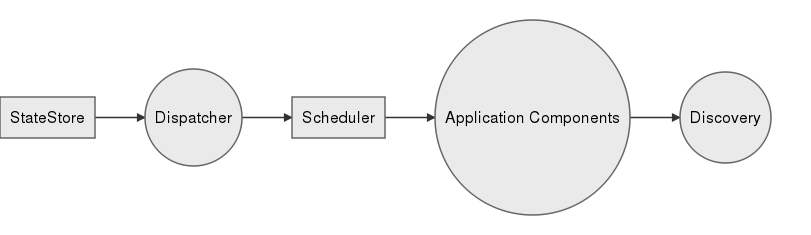
The Mermaid diagram core.mermaid.png in asbjornenge/dux, before a commit. Its source is kept beside it as core.mermaid.
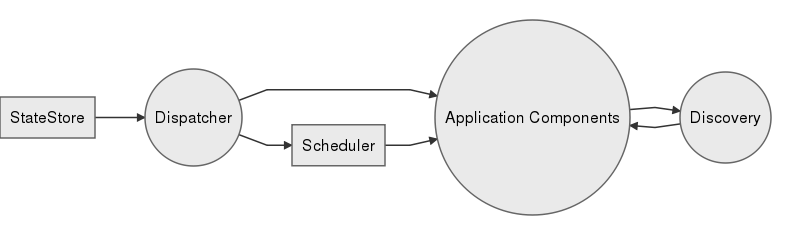
The same file after the commit.

Commit message:
Updated the basic design a bit

The edit, as a diff of the source:
```diff
@@ -8,5 +8,7 @@
 
 	StateStore --> Dispatcher
 	Dispatcher --> Scheduler
+    Dispatcher --> Applications
 	Scheduler --> Applications
 	Applications --> Discovery
+    Discovery --> Applications
```
